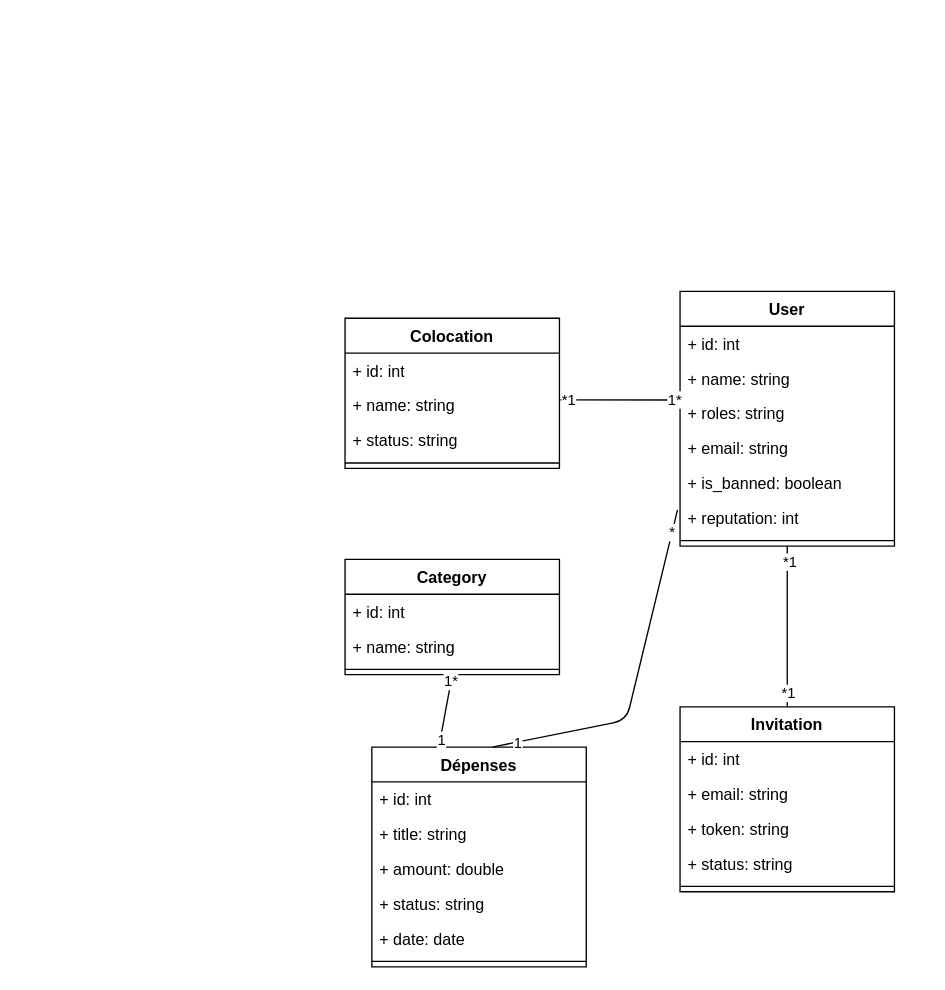
Above: diagrammes/Diagramme de classes.drawio in mehamdwsw/EasyColoc (draw.io), before the change. Source tidied: cells renumbered, new cells numbered last; positions are measured from the earlier drawing's top-left corner, leaving out a move shared by most shapes. Both pictures are drawn from the tidied source at 134%, with x=0, y=0 at pixel (344, 291).
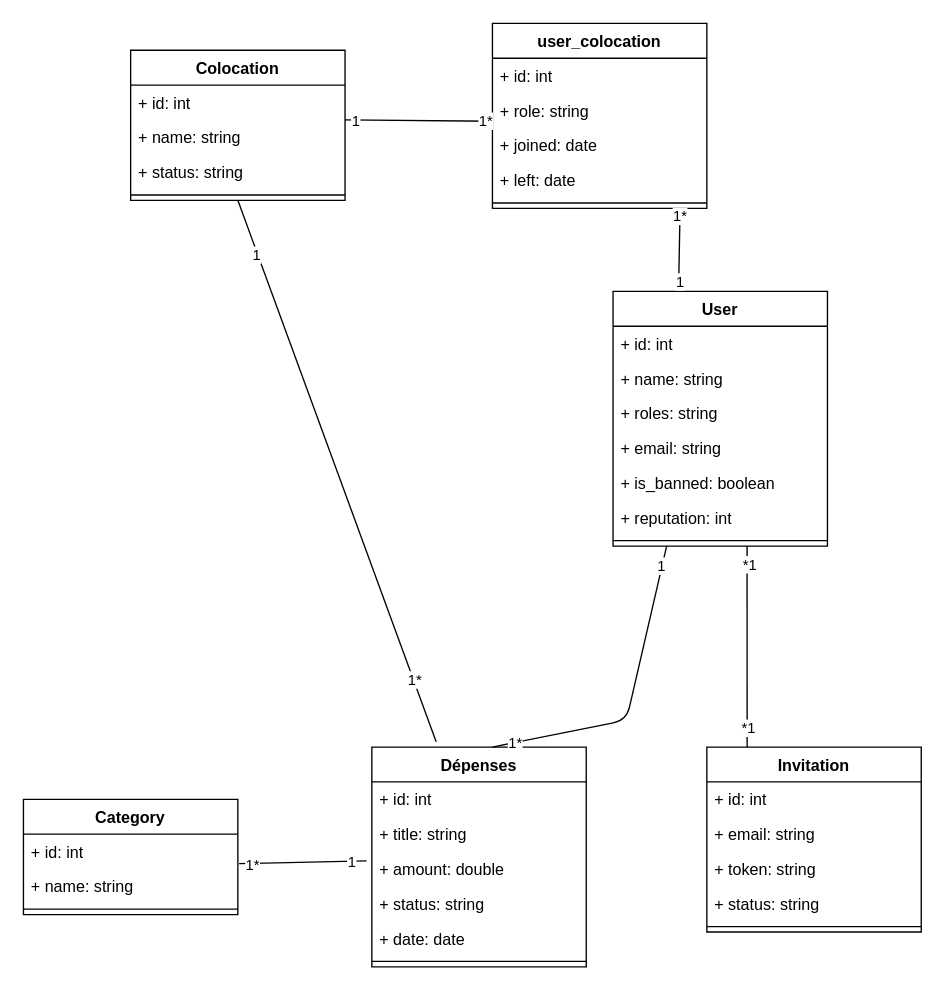
Above is the later version.

The change refers to these unchanged cells:
```xml
<mxCell id="9" style="line;strokeWidth=1;fillColor=none;align=left;verticalAlign=middle;spacingTop=-1;spacingLeft=3;spacingRight=3;labelPosition=right;points=[];portConstraint=eastwest;strokeColor=inherit;" parent="2" vertex="1">
  <mxGeometry y="182" width="160" height="8" as="geometry" />
</mxCell>
<mxCell id="11" value="+ id: int" style="text;strokeColor=none;fillColor=none;align=left;verticalAlign=top;spacingLeft=4;spacingRight=4;overflow=hidden;points=[[0,0.5],[1,0.5]];portConstraint=eastwest;whiteSpace=wrap;html=1;" parent="10" vertex="1">
  <mxGeometry y="26" width="160" height="26" as="geometry" />
</mxCell>
<mxCell id="12" value="+ name: string" style="text;strokeColor=none;fillColor=none;align=left;verticalAlign=top;spacingLeft=4;spacingRight=4;overflow=hidden;points=[[0,0.5],[1,0.5]];portConstraint=eastwest;whiteSpace=wrap;html=1;" parent="10" vertex="1">
  <mxGeometry y="52" width="160" height="26" as="geometry" />
</mxCell>
<mxCell id="15" value="Dépenses  " style="swimlane;fontStyle=1;align=center;verticalAlign=top;horizontal=1;startSize=26;whiteSpace=wrap;html=1;" parent="1" vertex="1">
  <mxGeometry x="20" y="340" width="160" height="164" as="geometry" />
</mxCell>
<mxCell id="18" value="+ amount: double" style="text;strokeColor=none;fillColor=none;align=left;verticalAlign=top;spacingLeft=4;spacingRight=4;overflow=hidden;points=[[0,0.5],[1,0.5]];portConstraint=eastwest;whiteSpace=wrap;html=1;" parent="15" vertex="1">
  <mxGeometry y="78" width="160" height="26" as="geometry" />
</mxCell>
<mxCell id="23" value="+ id: int" style="text;strokeColor=none;fillColor=none;align=left;verticalAlign=top;spacingLeft=4;spacingRight=4;overflow=hidden;points=[[0,0.5],[1,0.5]];portConstraint=eastwest;whiteSpace=wrap;html=1;" parent="22" vertex="1">
  <mxGeometry y="26" width="160" height="26" as="geometry" />
</mxCell>
```

The edit, as a diff of the source:
```diff
@@
     <mxCell id="2" value="User " style="swimlane;fontStyle=1;align=center;verticalAlign=top;horizontal=1;startSize=26;whiteSpace=wrap;html=1;" parent="1" vertex="1">
-      <mxGeometry x="250" width="160" height="190" as="geometry" />
+      <mxGeometry x="200" width="160" height="190" as="geometry" />
     </mxCell>
@@
     <mxCell id="10" value="Colocation  " style="swimlane;fontStyle=1;align=center;verticalAlign=top;horizontal=1;startSize=26;whiteSpace=wrap;html=1;" parent="1" vertex="1">
-      <mxGeometry y="20" width="160" height="112" as="geometry" />
+      <mxGeometry x="-160" y="-180" width="160" height="112" as="geometry" />
     </mxCell>
@@
     <mxCell id="22" value="Category   " style="swimlane;fontStyle=1;align=center;verticalAlign=top;horizontal=1;startSize=26;whiteSpace=wrap;html=1;" parent="1" vertex="1">
-      <mxGeometry y="200" width="160" height="86" as="geometry" />
+      <mxGeometry x="-240" y="379" width="160" height="86" as="geometry" />
     </mxCell>
@@
     <mxCell id="26" value="Invitation    " style="swimlane;fontStyle=1;align=center;verticalAlign=top;horizontal=1;startSize=26;whiteSpace=wrap;html=1;" parent="1" vertex="1">
-      <mxGeometry x="250" y="310" width="160" height="138" as="geometry" />
+      <mxGeometry x="270" y="340" width="160" height="138" as="geometry" />
     </mxCell>
@@
-    <mxCell id="32" style="endArrow=none;html=1;exitX=-0.012;exitY=-0.038;exitDx=0;exitDy=0;exitPerimeter=0;" parent="1" edge="1">
+    <mxCell id="32" style="endArrow=none;html=1;" parent="1" edge="1">
       <mxGeometry relative="1" as="geometry">
-        <mxPoint x="248.1" y="163" as="sourcePoint" />
+        <mxPoint x="240" y="190" as="sourcePoint" />
         <mxPoint x="110" y="340" as="targetPoint" />
         <Array as="points">
           <mxPoint x="210" y="320" />
         </Array>
       </mxGeometry>
     </mxCell>
-    <mxCell id="33" value="1" style="edgeLabel;html=1;align=center;verticalAlign=middle;" parent="32" vertex="1">
+    <mxCell id="33" value="1*" style="edgeLabel;html=1;align=center;verticalAlign=middle;" parent="32" vertex="1">
       <mxGeometry x="0.86" relative="1" as="geometry" />
     </mxCell>
-    <mxCell id="34" value="*" style="edgeLabel;html=1;align=center;verticalAlign=middle;" parent="32" vertex="1">
+    <mxCell id="34" value="1" style="edgeLabel;html=1;align=center;verticalAlign=middle;" parent="32" vertex="1">
       <mxGeometry x="-0.87" y="-1" relative="1" as="geometry" />
     </mxCell>
-    <mxCell id="35" style="endArrow=none;html=1;entryX=0.5;entryY=0;entryDx=0;entryDy=0;exitX=0.5;exitY=1;exitDx=0;exitDy=0;" parent="1" edge="1" source="2" target="26">
-      <mxGeometry relative="1" as="geometry" />
-    </mxCell>
-    <mxCell id="36" value="*1" style="edgeLabel;html=1;align=center;verticalAlign=middle;" parent="35" vertex="1">
-      <mxGeometry x="-0.82" y="1" relative="1" as="geometry" />
-    </mxCell>
-    <mxCell id="37" value="*1" style="edgeLabel;html=1;align=center;verticalAlign=middle;" parent="35" vertex="1">
-      <mxGeometry x="0.81" relative="1" as="geometry" />
-    </mxCell>
-    <mxCell id="38" style="endArrow=none;html=1;entryX=0.25;entryY=0;entryDx=0;entryDy=0;exitX=0.5;exitY=1;exitDx=0;exitDy=0;" parent="1" edge="1" source="22">
-      <mxGeometry relative="1" as="geometry">
-        <mxPoint x="70" y="340" as="targetPoint" />
-      </mxGeometry>
+    <mxCell id="38" style="endArrow=none;html=1;entryX=-0.025;entryY=0.269;entryDx=0;entryDy=0;exitX=1.006;exitY=0.846;exitDx=0;exitDy=0;entryPerimeter=0;exitPerimeter=0;" parent="1" edge="1" source="23" target="18">
+      <mxGeometry relative="1" as="geometry" />
     </mxCell>
@@
-    <mxCell id="41" style="endArrow=none;html=1;exitX=1.004;exitY=0.342;exitDx=0;exitDy=0;exitPerimeter=0;" parent="1" edge="1" source="12">
-      <mxGeometry relative="1" as="geometry">
-        <mxPoint x="250" y="81" as="targetPoint" />
-      </mxGeometry>
-    </mxCell>
-    <mxCell id="42" value="*1" style="edgeLabel;html=1;align=center;verticalAlign=middle;" parent="41" vertex="1">
-      <mxGeometry x="-0.86" relative="1" as="geometry" />
-    </mxCell>
-    <mxCell id="43" value="1*" style="edgeLabel;html=1;align=center;verticalAlign=middle;" parent="41" vertex="1">
-      <mxGeometry x="0.9" relative="1" as="geometry" />
-    </mxCell>
+    <mxCell id="44" value="user_colocation" style="swimlane;fontStyle=1;align=center;verticalAlign=top;horizontal=1;startSize=26;whiteSpace=wrap;html=1;" parent="1" vertex="1">
+      <mxGeometry x="110" y="-200" width="160" height="138" as="geometry" />
+    </mxCell>
+    <mxCell id="45" value="+ id: int" style="text;strokeColor=none;fillColor=none;align=left;verticalAlign=top;spacingLeft=4;spacingRight=4;overflow=hidden;whiteSpace=wrap;html=1;" parent="44" vertex="1">
+      <mxGeometry y="26" width="160" height="26" as="geometry" />
+    </mxCell>
+    <mxCell id="46" value="+ role: string" style="text;strokeColor=none;fillColor=none;align=left;verticalAlign=top;spacingLeft=4;spacingRight=4;overflow=hidden;points=[[0,0.5],[1,0.5]];portConstraint=eastwest;whiteSpace=wrap;html=1;" parent="44" vertex="1">
+      <mxGeometry y="52" width="160" height="26" as="geometry" />
+    </mxCell>
+    <mxCell id="47" value="+ joined:&amp;nbsp;&lt;span style=&quot;color: rgb(0, 0, 0);&quot;&gt;date&lt;/span&gt;" style="text;strokeColor=none;fillColor=none;align=left;verticalAlign=top;spacingLeft=4;spacingRight=4;overflow=hidden;whiteSpace=wrap;html=1;" parent="44" vertex="1">
+      <mxGeometry y="78" width="160" height="26" as="geometry" />
+    </mxCell>
+    <mxCell id="48" value="+ left:&amp;nbsp;&lt;span style=&quot;color: rgb(0, 0, 0);&quot;&gt;date&lt;/span&gt;" style="text;strokeColor=none;fillColor=none;align=left;verticalAlign=top;spacingLeft=4;spacingRight=4;overflow=hidden;whiteSpace=wrap;html=1;" parent="44" vertex="1">
+      <mxGeometry y="104" width="160" height="26" as="geometry" />
+    </mxCell>
+    <mxCell id="49" style="line;strokeWidth=1;fillColor=none;align=left;verticalAlign=middle;spacingTop=-1;spacingLeft=3;spacingRight=3;labelPosition=right;strokeColor=inherit;" parent="44" vertex="1">
+      <mxGeometry y="130" width="160" height="8" as="geometry" />
+    </mxCell>
+    <mxCell id="50" style="endArrow=none;html=1;exitX=1;exitY=1;exitDx=0;exitDy=0;entryX=0;entryY=0.808;entryDx=0;entryDy=0;entryPerimeter=0;exitPerimeter=0;" parent="1" edge="1" source="11" target="46">
+      <mxGeometry relative="1" as="geometry" />
+    </mxCell>
+    <mxCell id="51" value="1" style="edgeLabel;html=1;align=center;verticalAlign=middle;" parent="50" vertex="1">
+      <mxGeometry x="-0.86" relative="1" as="geometry" />
+    </mxCell>
+    <mxCell id="52" value="1*" style="edgeLabel;html=1;align=center;verticalAlign=middle;" parent="50" vertex="1">
+      <mxGeometry x="0.9" relative="1" as="geometry" />
+    </mxCell>
+    <mxCell id="53" style="endArrow=none;html=1;exitX=0.306;exitY=-0.021;exitDx=0;exitDy=0;exitPerimeter=0;" parent="1" edge="1" source="2">
+      <mxGeometry relative="1" as="geometry">
+        <mxPoint x="250" y="-60" as="targetPoint" />
+      </mxGeometry>
+    </mxCell>
+    <mxCell id="54" value="1" style="edgeLabel;html=1;align=center;verticalAlign=middle;" parent="53" vertex="1">
+      <mxGeometry x="-0.86" relative="1" as="geometry" />
+    </mxCell>
+    <mxCell id="55" value="1*" style="edgeLabel;html=1;align=center;verticalAlign=middle;" parent="53" vertex="1">
+      <mxGeometry x="0.9" relative="1" as="geometry" />
+    </mxCell>
+    <mxCell id="56" style="endArrow=none;html=1;entryX=0.188;entryY=0;entryDx=0;entryDy=0;exitX=0.625;exitY=1;exitDx=0;exitDy=0;exitPerimeter=0;entryPerimeter=0;" parent="1" edge="1" source="9" target="26">
+      <mxGeometry relative="1" as="geometry" />
+    </mxCell>
+    <mxCell id="57" value="*1" style="edgeLabel;html=1;align=center;verticalAlign=middle;" parent="56" vertex="1">
+      <mxGeometry x="-0.82" y="1" relative="1" as="geometry" />
+    </mxCell>
+    <mxCell id="58" value="*1" style="edgeLabel;html=1;align=center;verticalAlign=middle;" parent="56" vertex="1">
+      <mxGeometry x="0.81" relative="1" as="geometry" />
+    </mxCell>
+    <mxCell id="59" style="endArrow=none;html=1;entryX=0.3;entryY=-0.024;entryDx=0;entryDy=0;exitX=0.5;exitY=1;exitDx=0;exitDy=0;entryPerimeter=0;" parent="1" edge="1" source="10" target="15">
+      <mxGeometry relative="1" as="geometry" />
+    </mxCell>
+    <mxCell id="60" value="1*" style="edgeLabel;html=1;align=center;verticalAlign=middle;" parent="59" vertex="1">
+      <mxGeometry x="0.77" relative="1" as="geometry" />
+    </mxCell>
+    <mxCell id="61" value="1" style="edgeLabel;html=1;align=center;verticalAlign=middle;" parent="59" vertex="1">
+      <mxGeometry x="-0.8" y="-1" relative="1" as="geometry" />
+    </mxCell>
```
